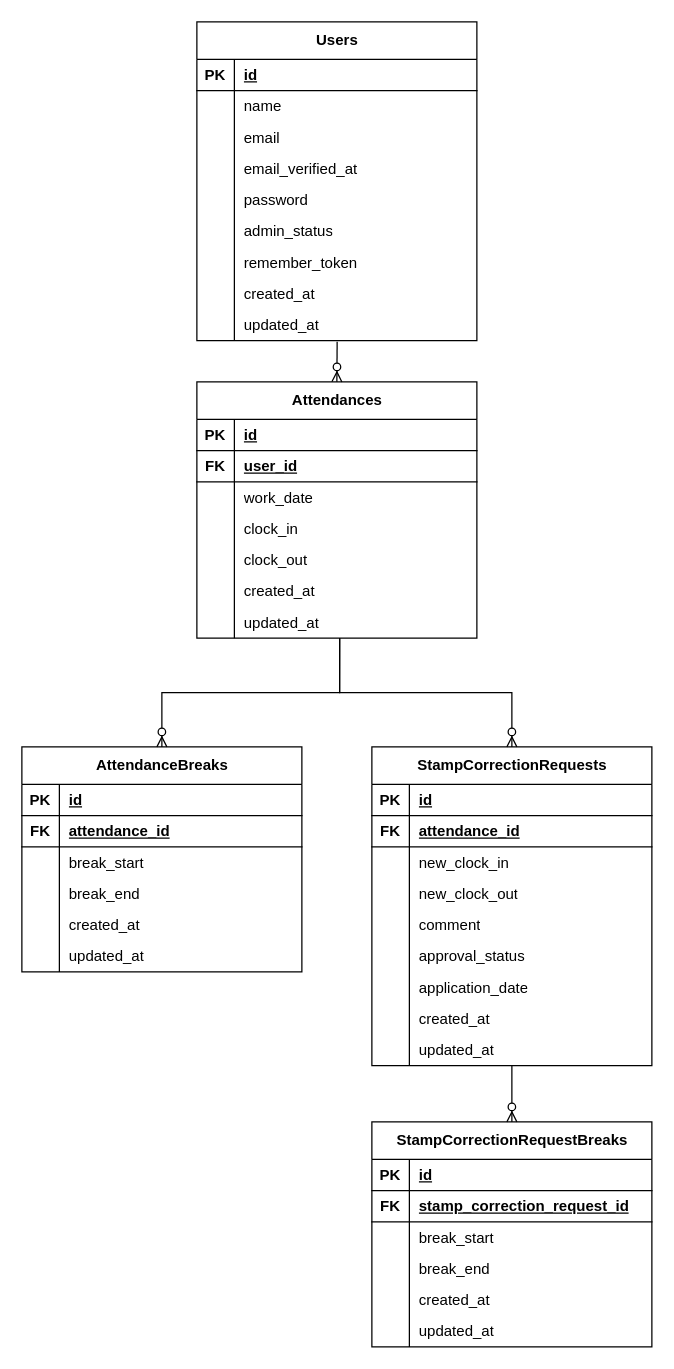
kuboyuina0601/attendance-app keeps this draw.io diagram as er.drawio. Above is the earlier version. Source tidied: cells renumbered, new cells numbered last; positions are measured from the earlier drawing's top-left corner, leaving out a move shared by most shapes. Both pictures are drawn from the tidied source at 125%, with x=0, y=0 at pixel (21, 21).
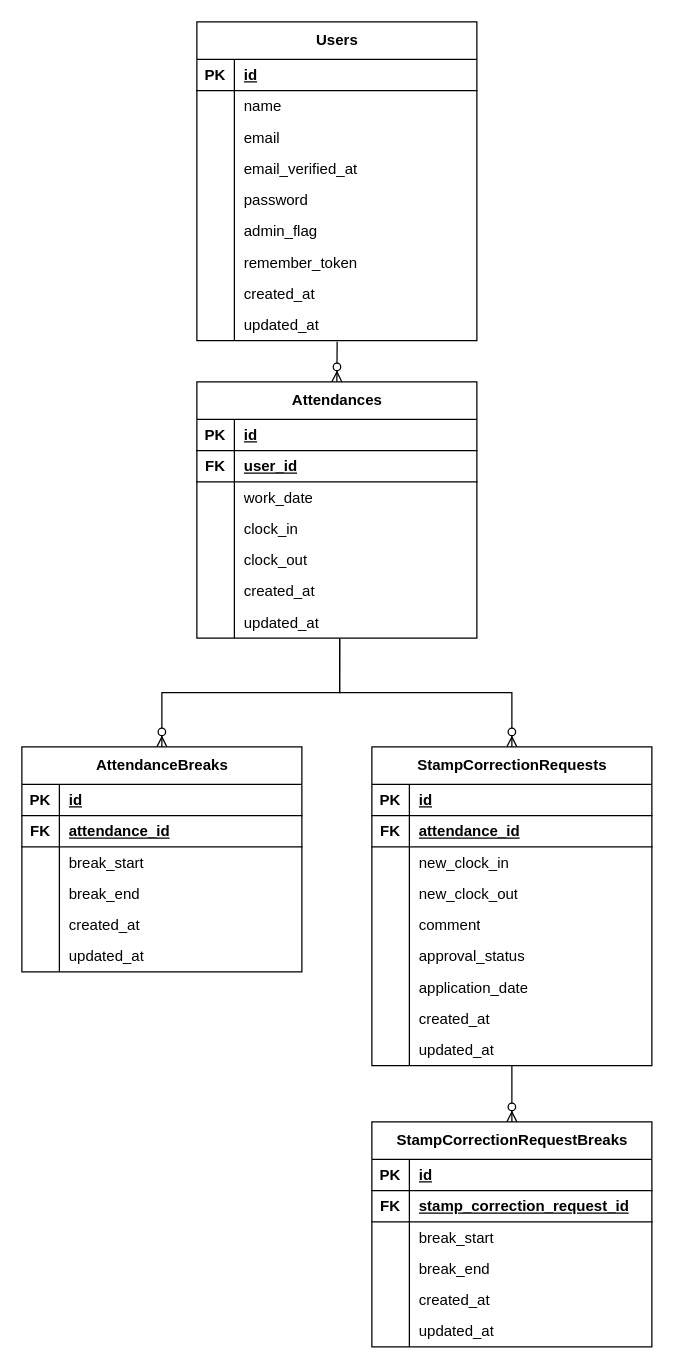
Above is the later version.

Unchanged cells that the change refers to:
```xml
<mxCell id="18" style="shape=tableRow;horizontal=0;startSize=0;swimlaneHead=0;swimlaneBody=0;fillColor=none;top=0;left=0;right=0;bottom=0;" parent="2" vertex="1">
  <mxGeometry y="155" width="224" height="25" as="geometry" />
</mxCell>
```

Change to the diagram source:
```diff
@@
-    <mxCell id="20" value="admin_status" style="shape=partialRectangle;fillColor=none;top=0;left=0;bottom=0;right=0;align=left;spacingLeft=6;overflow=hidden;whiteSpace=wrap;html=1;" parent="18" vertex="1">
+    <mxCell id="20" value="admin_flag" style="shape=partialRectangle;fillColor=none;top=0;left=0;bottom=0;right=0;align=left;spacingLeft=6;overflow=hidden;whiteSpace=wrap;html=1;" parent="18" vertex="1">
       <mxGeometry x="30" width="194" height="25" as="geometry" />
     </mxCell>
```
